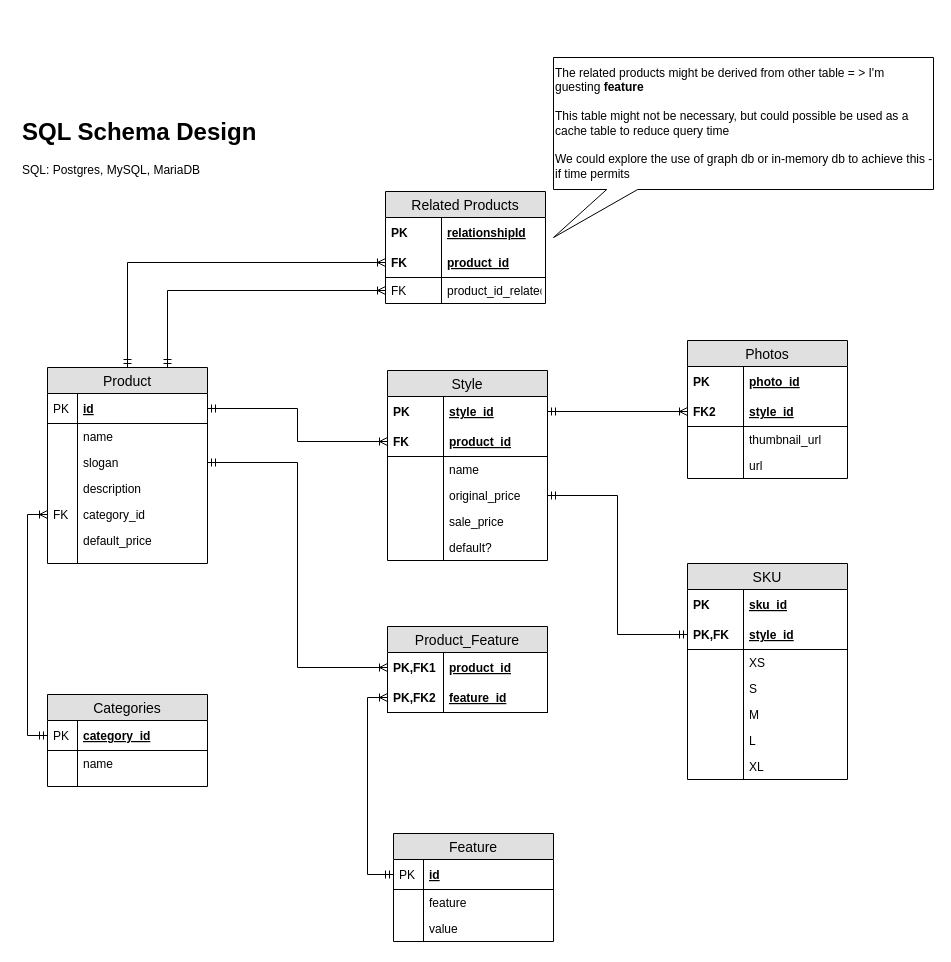
teamspear/ProductsAPI keeps this draw.io diagram as SDC_SQLSchema.drawio. Above is the earlier version. Source tidied: cells renumbered, new cells numbered last; positions are measured from the earlier drawing's top-left corner, leaving out a move shared by most shapes. Both pictures are drawn from the tidied source at 100%, with x=0, y=0 at pixel (17, 57).
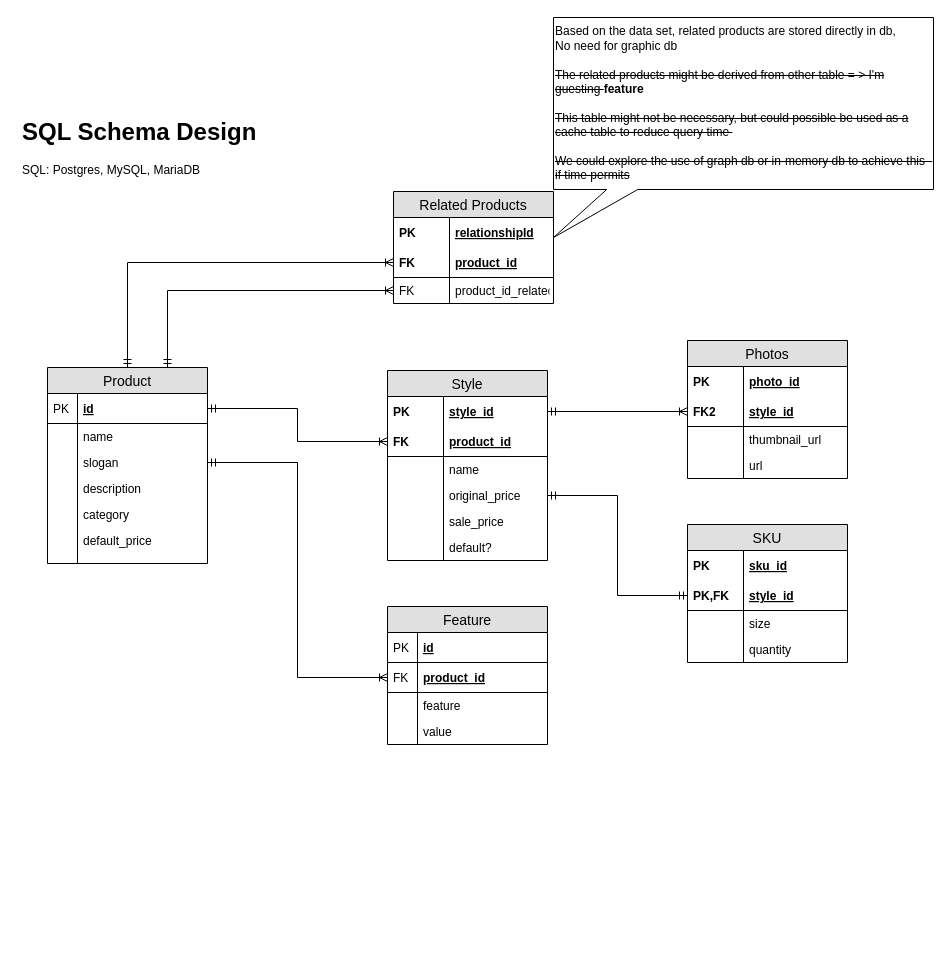
The same diagram, later.

Commit message:
Update SDC_SQLSchema.drawio based on data set

Unchanged cells that the change refers to:
```xml
<mxCell id="5" value="Product" style="swimlane;fontStyle=0;horizontal=1;startSize=26;fillColor=#e0e0e0;swimlaneFillColor=#ffffff;align=center;fontSize=14;" parent="1" vertex="1">
  <mxGeometry x="30" y="310" width="160" height="196" as="geometry" />
</mxCell>
<mxCell id="26" value="id" style="shape=partialRectangle;top=0;left=0;right=0;bottom=1;align=left;verticalAlign=middle;fillColor=none;spacingLeft=34;spacingRight=4;overflow=hidden;points=[[0,0.5],[1,0.5]];portConstraint=eastwest;fontStyle=5;fontSize=12;" parent="25" vertex="1">
  <mxGeometry y="26" width="160" height="30" as="geometry" />
</mxCell>
```

Diff of the diagram source:
```diff
@@
-    <mxCell id="14" value="category_id" style="shape=partialRectangle;top=0;left=0;right=0;bottom=0;align=left;verticalAlign=top;fillColor=none;spacingLeft=34;spacingRight=4;overflow=hidden;points=[[0,0.5],[1,0.5]];portConstraint=eastwest;fontSize=12;" parent="5" vertex="1">
+    <mxCell id="14" value="category" style="shape=partialRectangle;top=0;left=0;right=0;bottom=0;align=left;verticalAlign=top;fillColor=none;spacingLeft=34;spacingRight=4;overflow=hidden;points=[[0,0.5],[1,0.5]];portConstraint=eastwest;fontSize=12;" parent="5" vertex="1">
       <mxGeometry y="134" width="160" height="26" as="geometry" />
     </mxCell>
-    <mxCell id="15" value="FK" style="shape=partialRectangle;top=0;left=0;bottom=0;fillColor=none;align=left;verticalAlign=top;spacingLeft=4;spacingRight=4;overflow=hidden;fontSize=12;" parent="14" vertex="1">
+    <mxCell id="15" style="shape=partialRectangle;top=0;left=0;bottom=0;fillColor=none;align=left;verticalAlign=top;spacingLeft=4;spacingRight=4;overflow=hidden;fontSize=12;" parent="14" vertex="1">
       <mxGeometry width="30" height="26" as="geometry" />
     </mxCell>
@@
-    <mxCell id="20" value="Product_Feature" style="swimlane;fontStyle=0;horizontal=1;startSize=26;fillColor=#e0e0e0;swimlaneFillColor=#ffffff;align=center;fontSize=14;" parent="1" vertex="1">
-      <mxGeometry x="370" y="569" width="160" height="86" as="geometry" />
-    </mxCell>
-    <mxCell id="21" value="product_id" style="shape=partialRectangle;top=0;left=0;right=0;bottom=0;align=left;verticalAlign=middle;fillColor=none;spacingLeft=60;spacingRight=4;overflow=hidden;points=[[0,0.5],[1,0.5]];portConstraint=eastwest;fontStyle=5;fontSize=12;" parent="20" vertex="1">
-      <mxGeometry y="26" width="160" height="30" as="geometry" />
-    </mxCell>
-    <mxCell id="22" value="PK,FK1" style="shape=partialRectangle;fontStyle=1;top=0;left=0;bottom=0;fillColor=none;align=left;verticalAlign=middle;spacingLeft=4;spacingRight=4;overflow=hidden;fontSize=12;" parent="21" vertex="1">
-      <mxGeometry width="56" height="30" as="geometry" />
-    </mxCell>
-    <mxCell id="23" value="feature_id" style="shape=partialRectangle;top=0;left=0;right=0;bottom=1;align=left;verticalAlign=middle;fillColor=none;spacingLeft=60;spacingRight=4;overflow=hidden;points=[[0,0.5],[1,0.5]];portConstraint=eastwest;fontStyle=5;fontSize=12;" parent="20" vertex="1">
-      <mxGeometry y="56" width="160" height="30" as="geometry" />
-    </mxCell>
-    <mxCell id="24" value="PK,FK2" style="shape=partialRectangle;fontStyle=1;top=0;left=0;bottom=0;fillColor=none;align=left;verticalAlign=middle;spacingLeft=4;spacingRight=4;overflow=hidden;fontSize=12;" parent="23" vertex="1">
-      <mxGeometry width="56" height="30" as="geometry" />
-    </mxCell>
     <mxCell id="25" value="Feature" style="swimlane;fontStyle=0;horizontal=1;startSize=26;fillColor=#e0e0e0;swimlaneFillColor=#ffffff;align=center;fontSize=14;" parent="1" vertex="1">
-      <mxGeometry x="376" y="776" width="160" height="108" as="geometry" />
+      <mxGeometry x="370" y="549" width="160" height="138" as="geometry" />
     </mxCell>
@@
+    <mxCell id="21" value="product_id" style="shape=partialRectangle;top=0;left=0;right=0;bottom=1;align=left;verticalAlign=middle;fillColor=none;spacingLeft=34;spacingRight=4;overflow=hidden;points=[[0,0.5],[1,0.5]];portConstraint=eastwest;fontStyle=5;fontSize=12;" parent="25" vertex="1">
+      <mxGeometry y="56" width="160" height="30" as="geometry" />
+    </mxCell>
+    <mxCell id="90" value="FK" style="shape=partialRectangle;top=0;left=0;bottom=0;fillColor=none;align=left;verticalAlign=middle;spacingLeft=4;spacingRight=4;overflow=hidden;fontSize=12;" parent="21" vertex="1">
+      <mxGeometry width="30" height="30" as="geometry" />
+    </mxCell>
     <mxCell id="28" value="feature" style="shape=partialRectangle;top=0;left=0;right=0;bottom=0;align=left;verticalAlign=top;fillColor=none;spacingLeft=34;spacingRight=4;overflow=hidden;fontSize=12;" parent="25" vertex="1">
-      <mxGeometry y="56" width="160" height="26" as="geometry" />
+      <mxGeometry y="86" width="160" height="26" as="geometry" />
     </mxCell>
@@
     <mxCell id="30" value="value" style="shape=partialRectangle;top=0;left=0;right=0;bottom=0;align=left;verticalAlign=top;fillColor=none;spacingLeft=34;spacingRight=4;overflow=hidden;fontSize=12;" parent="25" vertex="1">
-      <mxGeometry y="82" width="160" height="26" as="geometry" />
+      <mxGeometry y="112" width="160" height="26" as="geometry" />
     </mxCell>
@@
     <mxCell id="55" value="SKU" style="swimlane;fontStyle=0;horizontal=1;startSize=26;fillColor=#e0e0e0;swimlaneFillColor=#ffffff;align=center;fontSize=14;" parent="1" vertex="1">
-      <mxGeometry x="670" y="506" width="160" height="216" as="geometry" />
+      <mxGeometry x="670" y="467" width="160" height="138" as="geometry" />
     </mxCell>
@@
-    <mxCell id="60" value="XS" style="shape=partialRectangle;top=0;left=0;right=0;bottom=0;align=left;verticalAlign=top;fillColor=none;spacingLeft=60;spacingRight=4;overflow=hidden;fontSize=12;" parent="55" vertex="1">
+    <mxCell id="60" value="size&#10;" style="shape=partialRectangle;top=0;left=0;right=0;bottom=0;align=left;verticalAlign=top;fillColor=none;spacingLeft=60;spacingRight=4;overflow=hidden;fontSize=12;" parent="55" vertex="1">
       <mxGeometry y="86" width="160" height="26" as="geometry" />
     </mxCell>
@@
-    <mxCell id="62" value="S" style="shape=partialRectangle;top=0;left=0;right=0;bottom=0;align=left;verticalAlign=top;fillColor=none;spacingLeft=60;spacingRight=4;overflow=hidden;fontSize=12;" parent="55" vertex="1">
+    <mxCell id="62" value="quantity" style="shape=partialRectangle;top=0;left=0;right=0;bottom=0;align=left;verticalAlign=top;fillColor=none;spacingLeft=60;spacingRight=4;overflow=hidden;fontSize=12;" parent="55" vertex="1">
       <mxGeometry y="112" width="160" height="26" as="geometry" />
     </mxCell>
@@
-    <mxCell id="64" value="M" style="shape=partialRectangle;top=0;left=0;right=0;bottom=0;align=left;verticalAlign=top;fillColor=none;spacingLeft=60;spacingRight=4;overflow=hidden;fontSize=12;" parent="55" vertex="1">
-      <mxGeometry y="138" width="160" height="26" as="geometry" />
-    </mxCell>
-    <mxCell id="65" style="shape=partialRectangle;top=0;left=0;bottom=0;fillColor=none;align=left;verticalAlign=top;spacingLeft=4;spacingRight=4;overflow=hidden;fontSize=12;" parent="64" vertex="1">
-      <mxGeometry width="56" height="26" as="geometry" />
-    </mxCell>
-    <mxCell id="66" value="L" style="shape=partialRectangle;top=0;left=0;right=0;bottom=0;align=left;verticalAlign=top;fillColor=none;spacingLeft=60;spacingRight=4;overflow=hidden;fontSize=12;" parent="55" vertex="1">
-      <mxGeometry y="164" width="160" height="26" as="geometry" />
-    </mxCell>
-    <mxCell id="67" style="shape=partialRectangle;top=0;left=0;bottom=0;fillColor=none;align=left;verticalAlign=top;spacingLeft=4;spacingRight=4;overflow=hidden;fontSize=12;" parent="66" vertex="1">
-      <mxGeometry width="56" height="26" as="geometry" />
-    </mxCell>
-    <mxCell id="68" value="XL" style="shape=partialRectangle;top=0;left=0;right=0;bottom=0;align=left;verticalAlign=top;fillColor=none;spacingLeft=60;spacingRight=4;overflow=hidden;fontSize=12;" parent="55" vertex="1">
-      <mxGeometry y="190" width="160" height="26" as="geometry" />
-    </mxCell>
-    <mxCell id="69" style="shape=partialRectangle;top=0;left=0;bottom=0;fillColor=none;align=left;verticalAlign=top;spacingLeft=4;spacingRight=4;overflow=hidden;fontSize=12;" parent="68" vertex="1">
-      <mxGeometry width="56" height="26" as="geometry" />
-    </mxCell>
     <mxCell id="70" value="Related Products" style="swimlane;fontStyle=0;horizontal=1;startSize=26;fillColor=#e0e0e0;swimlaneFillColor=#ffffff;align=center;fontSize=14;" parent="1" vertex="1">
-      <mxGeometry x="368" y="134" width="160" height="112" as="geometry" />
+      <mxGeometry x="376" y="134" width="160" height="112" as="geometry" />
     </mxCell>
@@
-    <mxCell id="78" value="Categories" style="swimlane;fontStyle=0;horizontal=1;startSize=26;fillColor=#e0e0e0;swimlaneFillColor=#ffffff;align=center;fontSize=14;" parent="1" vertex="1">
-      <mxGeometry x="30" y="637" width="160" height="92" as="geometry" />
-    </mxCell>
-    <mxCell id="79" value="category_id" style="shape=partialRectangle;top=0;left=0;right=0;bottom=1;align=left;verticalAlign=middle;fillColor=none;spacingLeft=34;spacingRight=4;overflow=hidden;points=[[0,0.5],[1,0.5]];portConstraint=eastwest;fontStyle=5;fontSize=12;" parent="78" vertex="1">
-      <mxGeometry y="26" width="160" height="30" as="geometry" />
-    </mxCell>
-    <mxCell id="80" value="PK" style="shape=partialRectangle;top=0;left=0;bottom=0;fillColor=none;align=left;verticalAlign=middle;spacingLeft=4;spacingRight=4;overflow=hidden;fontSize=12;" parent="79" vertex="1">
-      <mxGeometry width="30" height="30" as="geometry" />
-    </mxCell>
-    <mxCell id="81" value="name" style="shape=partialRectangle;top=0;left=0;right=0;bottom=0;align=left;verticalAlign=top;fillColor=none;spacingLeft=34;spacingRight=4;overflow=hidden;fontSize=12;" parent="78" vertex="1">
-      <mxGeometry y="56" width="160" height="26" as="geometry" />
-    </mxCell>
-    <mxCell id="82" style="shape=partialRectangle;top=0;left=0;bottom=0;fillColor=none;align=left;verticalAlign=top;spacingLeft=4;spacingRight=4;overflow=hidden;fontSize=12;" parent="81" vertex="1">
-      <mxGeometry width="30" height="26" as="geometry" />
-    </mxCell>
-    <mxCell id="83" style="shape=partialRectangle;top=0;left=0;right=0;bottom=0;align=left;verticalAlign=top;fillColor=none;spacingLeft=34;spacingRight=4;overflow=hidden;fontSize=12;" parent="78" vertex="1">
-      <mxGeometry y="82" width="160" height="10" as="geometry" />
-    </mxCell>
-    <mxCell id="84" style="shape=partialRectangle;top=0;left=0;bottom=0;fillColor=none;align=left;verticalAlign=top;spacingLeft=4;spacingRight=4;overflow=hidden;fontSize=12;" parent="83" vertex="1">
-      <mxGeometry width="30" height="10" as="geometry" />
-    </mxCell>
-    <mxCell id="85" style="edgeStyle=orthogonalEdgeStyle;rounded=0;jettySize=auto;html=1;entryX=0;entryY=0.5;entryDx=0;entryDy=0;startArrow=ERmandOne;startFill=0;endArrow=ERoneToMany;endFill=0;" parent="1" edge="1" source="79" target="14">
-      <mxGeometry relative="1" as="geometry" />
-    </mxCell>
-    <mxCell id="86" value="&lt;span style=&quot;white-space: normal&quot;&gt;The related products might be derived from other table = &amp;gt; I'm guesting&amp;nbsp;&lt;/span&gt;&lt;b style=&quot;white-space: normal&quot;&gt;feature&lt;/b&gt;&lt;br style=&quot;white-space: normal&quot;&gt;&lt;br style=&quot;white-space: normal&quot;&gt;&lt;span style=&quot;white-space: normal&quot;&gt;This table might not be necessary, but could possible be used as a cache table to reduce query time&amp;nbsp;&lt;/span&gt;&lt;br style=&quot;white-space: normal&quot;&gt;&lt;br style=&quot;white-space: normal&quot;&gt;&lt;span style=&quot;white-space: normal&quot;&gt;We could explore the use of graph db or in-memory&amp;nbsp;db to achieve this - if time permits&lt;/span&gt;" style="shape=callout;whiteSpace=wrap;html=1;perimeter=calloutPerimeter;position2=0;size=48;position=0.14;base=31;align=left;" parent="1" vertex="1">
-      <mxGeometry x="536" width="380" height="180" as="geometry" />
+    <mxCell id="86" value="&lt;span style=&quot;white-space: normal&quot;&gt;Based on the data set, related products are stored directly in db,&lt;br&gt;No need for graphic db&lt;br&gt;&lt;br&gt;&lt;strike&gt;The related products might be derived from other table = &amp;gt; I'm guesting&amp;nbsp;&lt;/strike&gt;&lt;/span&gt;&lt;b style=&quot;white-space: normal&quot;&gt;feature&lt;/b&gt;&lt;br style=&quot;white-space: normal&quot;&gt;&lt;br style=&quot;white-space: normal&quot;&gt;&lt;strike&gt;&lt;span style=&quot;white-space: normal&quot;&gt;This table might not be necessary, but could possible be used as a cache table to reduce query time&amp;nbsp;&lt;/span&gt;&lt;br style=&quot;white-space: normal&quot;&gt;&lt;br style=&quot;white-space: normal&quot;&gt;&lt;span style=&quot;white-space: normal&quot;&gt;We could explore the use of graph db or in-memory&amp;nbsp;db to achieve this - if time permits&lt;/span&gt;&lt;/strike&gt;" style="shape=callout;whiteSpace=wrap;html=1;perimeter=calloutPerimeter;position2=0;size=48;position=0.14;base=31;align=left;" parent="1" vertex="1">
+      <mxGeometry x="536" y="-40" width="380" height="220" as="geometry" />
     </mxCell>
@@
-    <mxCell id="89" style="edgeStyle=orthogonalEdgeStyle;rounded=0;jettySize=auto;html=1;entryX=0;entryY=0.5;entryDx=0;entryDy=0;startArrow=ERmandOne;startFill=0;endArrow=ERoneToMany;endFill=0;" parent="1" edge="1" source="26" target="23">
-      <mxGeometry relative="1" as="geometry" />
-    </mxCell>
```
